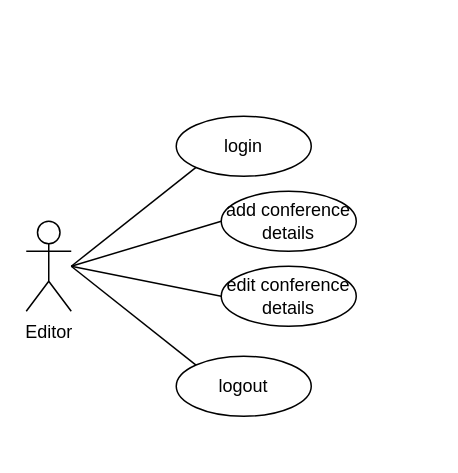
Earlier version of the draw.io diagram page "Editor" (3 of 5) of diagrams/UseCase.drawio (matthew-sliit/conferencemgtool). Source tidied: cells renumbered, new cells numbered last; positions are measured from the earlier drawing's top-left corner, leaving out a move shared by most shapes. Both pictures are drawn from the tidied source at 150%, with x=0, y=0 at pixel (26, 116).
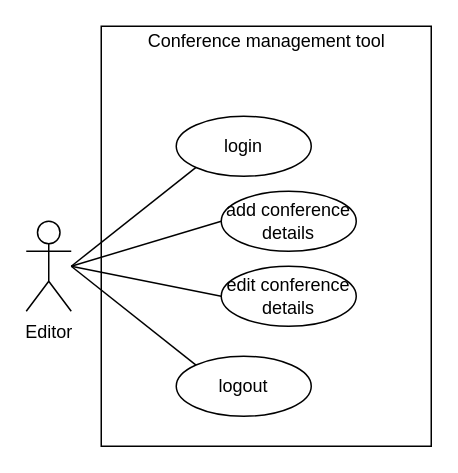
After the change.

The edit, as a diff of the source:
```diff
@@
 <mxGraphModel>
   <root>
     <mxCell id="0" />
     <mxCell id="1" parent="0" />
     <mxCell id="2" value="Editor" style="shape=umlActor;verticalLabelPosition=bottom;verticalAlign=top;html=1;" parent="1" vertex="1">
       <mxGeometry y="70" width="30" height="60" as="geometry" />
     </mxCell>
     <mxCell id="3" value="login" style="ellipse;whiteSpace=wrap;html=1;" parent="1" vertex="1">
       <mxGeometry x="100" width="90" height="40" as="geometry" />
     </mxCell>
     <mxCell id="4" value="add conference details" style="ellipse;whiteSpace=wrap;html=1;" parent="1" vertex="1">
       <mxGeometry x="130" y="50" width="90" height="40" as="geometry" />
     </mxCell>
     <mxCell id="5" value="edit conference&lt;br&gt;details" style="ellipse;whiteSpace=wrap;html=1;" parent="1" vertex="1">
       <mxGeometry x="130" y="100" width="90" height="40" as="geometry" />
     </mxCell>
     <mxCell id="6" value="logout" style="ellipse;whiteSpace=wrap;html=1;" parent="1" vertex="1">
       <mxGeometry x="100" y="160" width="90" height="40" as="geometry" />
     </mxCell>
     <mxCell id="7" style="endArrow=none;html=1;entryX=0;entryY=1;entryDx=0;entryDy=0;" parent="1" edge="1" target="3">
       <mxGeometry relative="1" as="geometry">
         <mxPoint x="30" y="100" as="sourcePoint" />
       </mxGeometry>
     </mxCell>
     <mxCell id="8" style="endArrow=none;html=1;entryX=0;entryY=0.5;entryDx=0;entryDy=0;" parent="1" edge="1" target="4">
       <mxGeometry relative="1" as="geometry">
         <mxPoint x="30" y="100" as="sourcePoint" />
       </mxGeometry>
     </mxCell>
     <mxCell id="9" style="endArrow=none;html=1;entryX=0;entryY=0.5;entryDx=0;entryDy=0;" parent="1" edge="1" target="5">
       <mxGeometry relative="1" as="geometry">
         <mxPoint x="30" y="100" as="sourcePoint" />
       </mxGeometry>
     </mxCell>
     <mxCell id="10" style="endArrow=none;html=1;entryX=0;entryY=0;entryDx=0;entryDy=0;" parent="1" edge="1" target="6">
       <mxGeometry relative="1" as="geometry">
         <mxPoint x="30" y="100" as="sourcePoint" />
       </mxGeometry>
     </mxCell>
+    <mxCell id="11" style="rounded=0;whiteSpace=wrap;html=1;fillColor=none;" parent="1" vertex="1">
+      <mxGeometry x="50" y="-60" width="220" height="280" as="geometry" />
+    </mxCell>
+    <mxCell id="12" value="Conference management tool" style="text;html=1;align=center;verticalAlign=middle;strokeColor=none;" parent="1" vertex="1">
+      <mxGeometry x="75" y="-60" width="170" height="20" as="geometry" />
+    </mxCell>
   </root>
 </mxGraphModel>
```
